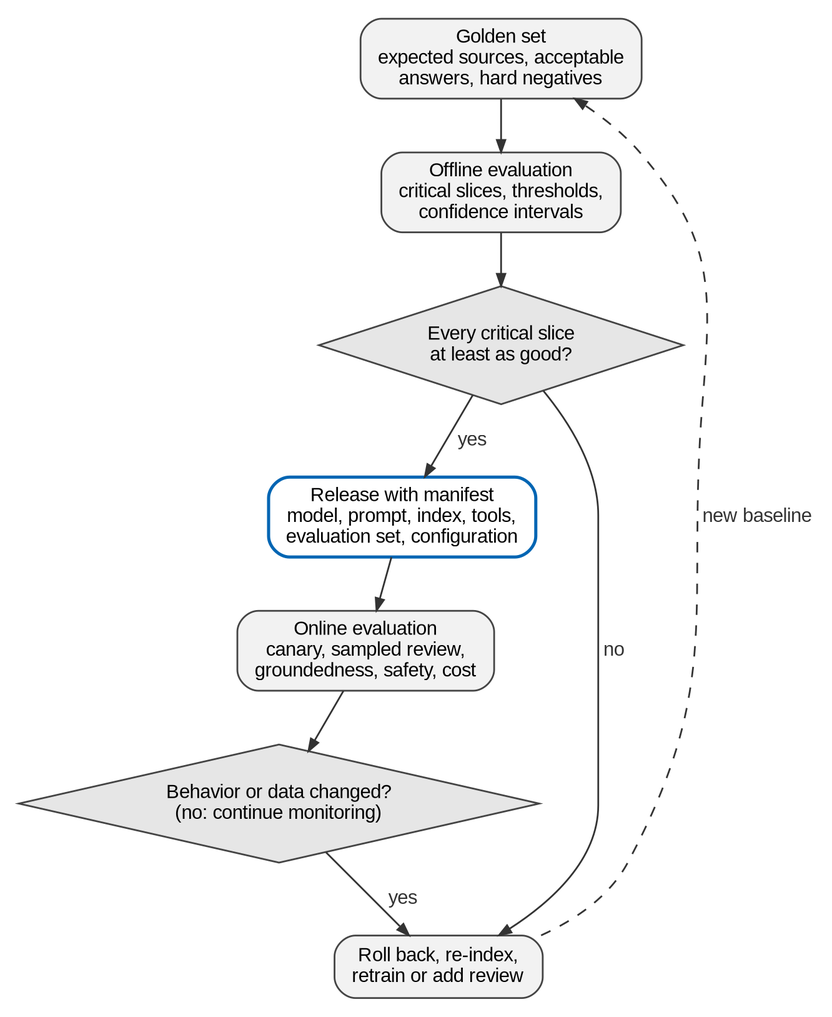
Earlier version of the Graphviz export assets/diagrams/rendered/ch16-evaluation.png (cesarcastrocuba/handbook-solutions-architecture). Its source is kept beside it as assets/diagrams/src/ch16-evaluation.dot. Its diagram source:
```dot
digraph G {

 rankdir=TB;
 g [label="Golden set\nexpected sources, acceptable\nanswers, hard negatives"];
 off [label="Offline evaluation\ncritical slices, thresholds,\nconfidence intervals"];
 gate [label="Every critical slice\nat least as good?", shape=diamond, style="filled"];
 rel [class="focal", label="Release with manifest\nmodel, prompt, index, tools,\nevaluation set, configuration"];
 on [label="Online evaluation\ncanary, sampled review,\ngroundedness, safety, cost"];
 drift [label="Behavior or data changed?\n(no: continue monitoring)", shape=diamond, style="filled"];
 fix [label="Roll back, re-index,\nretrain or add review"];
 g->off->gate; gate->rel [label=" yes"]; gate->fix [label=" no"];
 rel->on; on->drift; drift->fix [label=" yes"];
 fix->g [label=" new baseline", style=dashed, constraint=false];
}
```
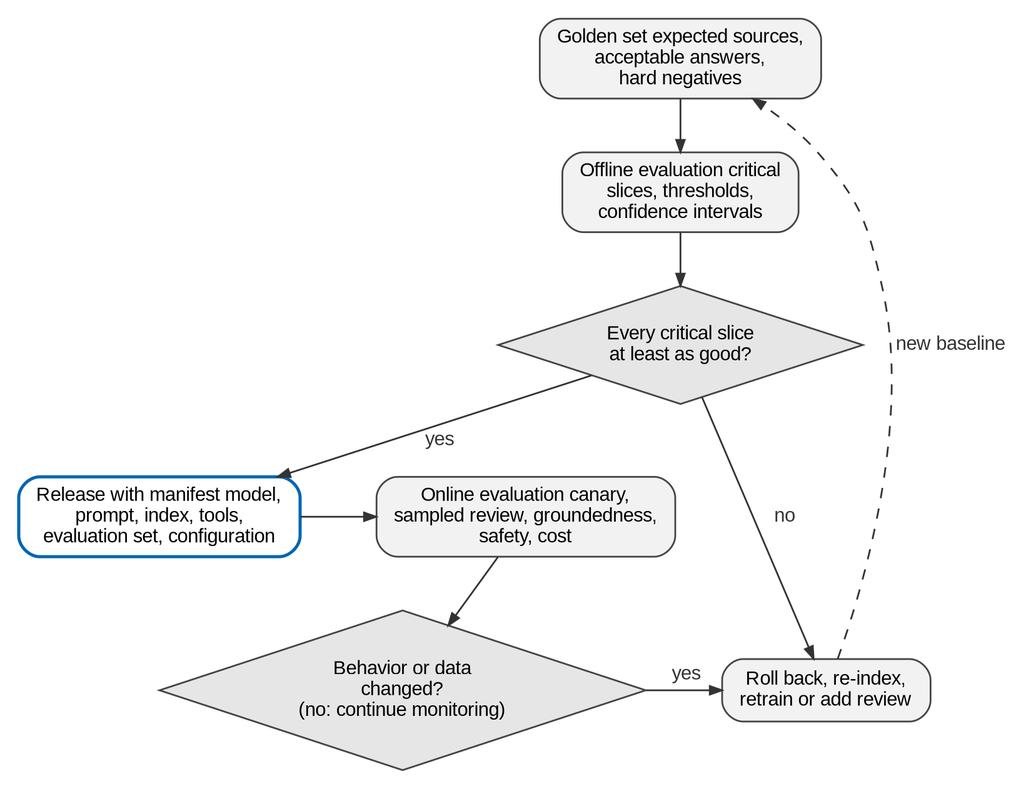
The same diagram one commit later.

The edit, as a diff of the source:
```diff
@@ -1,14 +1,16 @@
 digraph G {
 
  rankdir=TB;
- g [label="Golden set\nexpected sources, acceptable\nanswers, hard negatives"];
- off [label="Offline evaluation\ncritical slices, thresholds,\nconfidence intervals"];
+ g [label="Golden set expected sources,\nacceptable answers,\nhard negatives"];
+ off [label="Offline evaluation critical\nslices, thresholds,\nconfidence intervals"];
  gate [label="Every critical slice\nat least as good?", shape=diamond, style="filled"];
- rel [class="focal", label="Release with manifest\nmodel, prompt, index, tools,\nevaluation set, configuration"];
- on [label="Online evaluation\ncanary, sampled review,\ngroundedness, safety, cost"];
- drift [label="Behavior or data changed?\n(no: continue monitoring)", shape=diamond, style="filled"];
+ rel [class="focal", label="Release with manifest model,\nprompt, index, tools,\nevaluation set, configuration"];
+ on [label="Online evaluation canary,\nsampled review, groundedness,\nsafety, cost"];
+ drift [label="Behavior or data\nchanged?\n(no: continue monitoring)", shape=diamond, style="filled"];
  fix [label="Roll back, re-index,\nretrain or add review"];
  g->off->gate; gate->rel [label=" yes"]; gate->fix [label=" no"];
  rel->on; on->drift; drift->fix [label=" yes"];
  fix->g [label=" new baseline", style=dashed, constraint=false];
+ {rank=same; rel; on}
+ {rank=same; drift; fix}
 }
```
